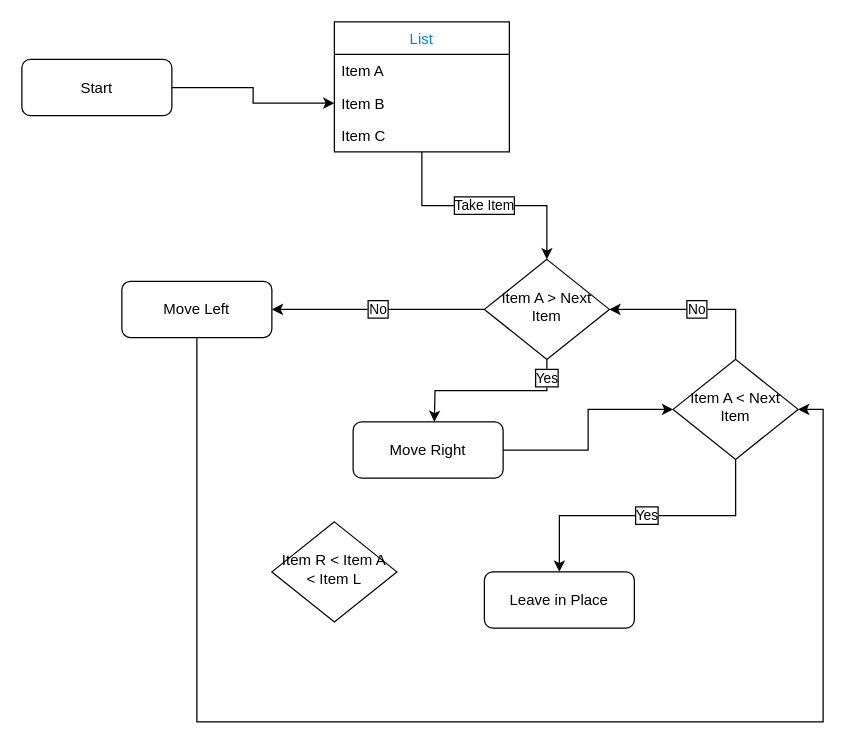
Before: page "Mail" (5 of 6) of Comp Prog 12/Socks.drawio in Jchisholm204/JChisholm, a draw.io diagram. Source tidied: cells renumbered, new cells numbered last; positions are measured from the earlier drawing's top-left corner, leaving out a move shared by most shapes. Both pictures are drawn from the tidied source at 125%, with x=0, y=0 at pixel (21, 21).
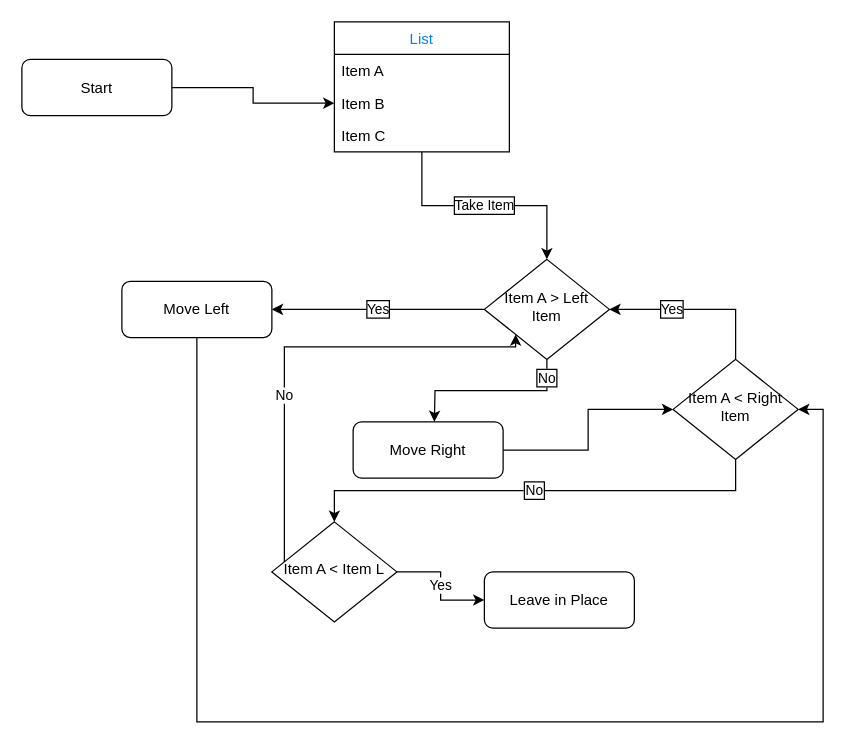
After the change.

Unchanged cells that the change refers to:
```xml
<mxCell id="5" value="Leave in Place" style="whiteSpace=wrap;html=1;rounded=1;shadow=0;strokeWidth=1;glass=0;" parent="1" vertex="1">
  <mxGeometry x="370" y="440" width="120" height="45" as="geometry" />
</mxCell>
<mxCell id="9" value="Move Left" style="whiteSpace=wrap;html=1;rounded=1;shadow=0;strokeWidth=1;glass=0;" parent="1" vertex="1">
  <mxGeometry x="80" y="207.5" width="120" height="45" as="geometry" />
</mxCell>
```

What changed in the source:
```diff
@@
-    <mxCell id="2" value="Yes" style="edgeStyle=orthogonalEdgeStyle;rounded=0;jettySize=auto;html=1;exitX=0.5;exitY=1;exitDx=0;exitDy=0;entryX=1;entryY=0.5;entryDx=0;entryDy=0;labelBorderColor=#000000;" parent="1" edge="1" source="4">
+    <mxCell id="2" value="No" style="edgeStyle=orthogonalEdgeStyle;rounded=0;jettySize=auto;html=1;exitX=0.5;exitY=1;exitDx=0;exitDy=0;entryX=1;entryY=0.5;entryDx=0;entryDy=0;labelBorderColor=#000000;" parent="1" edge="1" source="4">
       <mxGeometry x="-0.78" relative="1" as="geometry">
         <mxPoint x="330" y="320" as="targetPoint" />
       </mxGeometry>
     </mxCell>
-    <mxCell id="3" value="No&lt;br&gt;" style="edgeStyle=orthogonalEdgeStyle;rounded=0;jettySize=auto;html=1;fontColor=#000000;entryX=1;entryY=0.5;entryDx=0;entryDy=0;labelBorderColor=#000000;" parent="1" edge="1" source="4" target="9">
+    <mxCell id="3" value="Yes" style="edgeStyle=orthogonalEdgeStyle;rounded=0;jettySize=auto;html=1;fontColor=#000000;entryX=1;entryY=0.5;entryDx=0;entryDy=0;labelBorderColor=#000000;" parent="1" edge="1" source="4" target="9">
       <mxGeometry relative="1" as="geometry" />
     </mxCell>
-    <mxCell id="4" value="Item A &amp;gt; Next Item" style="rhombus;whiteSpace=wrap;html=1;shadow=0;fontFamily=Helvetica;fontSize=12;align=center;strokeWidth=1;spacing=6;spacingTop=-4;" parent="1" vertex="1">
+    <mxCell id="4" value="Item A &amp;gt; Left Item" style="rhombus;whiteSpace=wrap;html=1;shadow=0;fontFamily=Helvetica;fontSize=12;align=center;strokeWidth=1;spacing=6;spacingTop=-4;" parent="1" vertex="1">
       <mxGeometry x="370" y="190" width="100" height="80" as="geometry" />
     </mxCell>
@@
-    <mxCell id="17" value="Yes" style="edgeStyle=orthogonalEdgeStyle;rounded=0;jettySize=auto;html=1;exitX=0.5;exitY=1;exitDx=0;exitDy=0;entryX=0.5;entryY=0;entryDx=0;entryDy=0;fontColor=#000000;labelBorderColor=#000000;" parent="1" edge="1" source="19" target="5">
+    <mxCell id="17" value="No" style="edgeStyle=orthogonalEdgeStyle;rounded=0;jettySize=auto;html=1;exitX=0.5;exitY=1;exitDx=0;exitDy=0;entryX=0.5;entryY=0;entryDx=0;entryDy=0;fontColor=#000000;labelBorderColor=#000000;" parent="1" edge="1" source="19" target="20">
       <mxGeometry relative="1" as="geometry" />
     </mxCell>
-    <mxCell id="18" value="No" style="edgeStyle=orthogonalEdgeStyle;rounded=0;jettySize=auto;html=1;exitX=0.5;exitY=0;exitDx=0;exitDy=0;entryX=1;entryY=0.5;entryDx=0;entryDy=0;fontColor=#000000;labelBorderColor=#000000;" parent="1" edge="1" source="19" target="4">
-      <mxGeometry relative="1" as="geometry" />
+    <mxCell id="18" value="Yes" style="edgeStyle=orthogonalEdgeStyle;rounded=0;jettySize=auto;html=1;exitX=0.5;exitY=0;exitDx=0;exitDy=0;entryX=1;entryY=0.5;entryDx=0;entryDy=0;fontColor=#000000;labelBorderColor=#000000;" parent="1" edge="1" source="19" target="4">
+      <mxGeometry x="0.29" relative="1" as="geometry">
+        <Array as="points">
+          <mxPoint x="571" y="230" />
+        </Array>
+      </mxGeometry>
     </mxCell>
-    <mxCell id="19" value="Item A &amp;lt; Next Item" style="rhombus;whiteSpace=wrap;html=1;shadow=0;fontFamily=Helvetica;fontSize=12;align=center;strokeWidth=1;spacing=6;spacingTop=-4;" parent="1" vertex="1">
+    <mxCell id="19" value="Item A &amp;lt; Right Item" style="rhombus;whiteSpace=wrap;html=1;shadow=0;fontFamily=Helvetica;fontSize=12;align=center;strokeWidth=1;spacing=6;spacingTop=-4;" parent="1" vertex="1">
       <mxGeometry x="521" y="270" width="100" height="80" as="geometry" />
     </mxCell>
+    <mxCell id="21" value="Yes" style="edgeStyle=orthogonalEdgeStyle;rounded=0;jettySize=auto;html=1;exitX=1;exitY=0.5;exitDx=0;exitDy=0;entryX=0;entryY=0.5;entryDx=0;entryDy=0;fontColor=#000000;" parent="1" edge="1" source="20" target="5">
+      <mxGeometry relative="1" as="geometry" />
+    </mxCell>
+    <mxCell id="22" value="No" style="edgeStyle=orthogonalEdgeStyle;rounded=0;jettySize=auto;html=1;exitX=0;exitY=0.5;exitDx=0;exitDy=0;entryX=0;entryY=1;entryDx=0;entryDy=0;fontColor=#000000;" parent="1" edge="1" source="20" target="4">
+      <mxGeometry x="-0.22" relative="1" as="geometry">
+        <Array as="points">
+          <mxPoint x="210" y="440" />
+          <mxPoint x="210" y="260" />
+          <mxPoint x="395" y="260" />
+        </Array>
+        <mxPoint y="-1" as="offset" />
+      </mxGeometry>
+    </mxCell>
-    <mxCell id="20" value="Item R &amp;lt; Item A &amp;lt; Item L" style="rhombus;whiteSpace=wrap;html=1;shadow=0;fontFamily=Helvetica;fontSize=12;align=center;strokeWidth=1;spacing=6;spacingTop=-4;" parent="1" vertex="1">
+    <mxCell id="20" value="Item A &amp;lt; Item L" style="rhombus;whiteSpace=wrap;html=1;shadow=0;fontFamily=Helvetica;fontSize=12;align=center;strokeWidth=1;spacing=6;spacingTop=-4;" parent="1" vertex="1">
       <mxGeometry x="200" y="400" width="100" height="80" as="geometry" />
     </mxCell>
```
